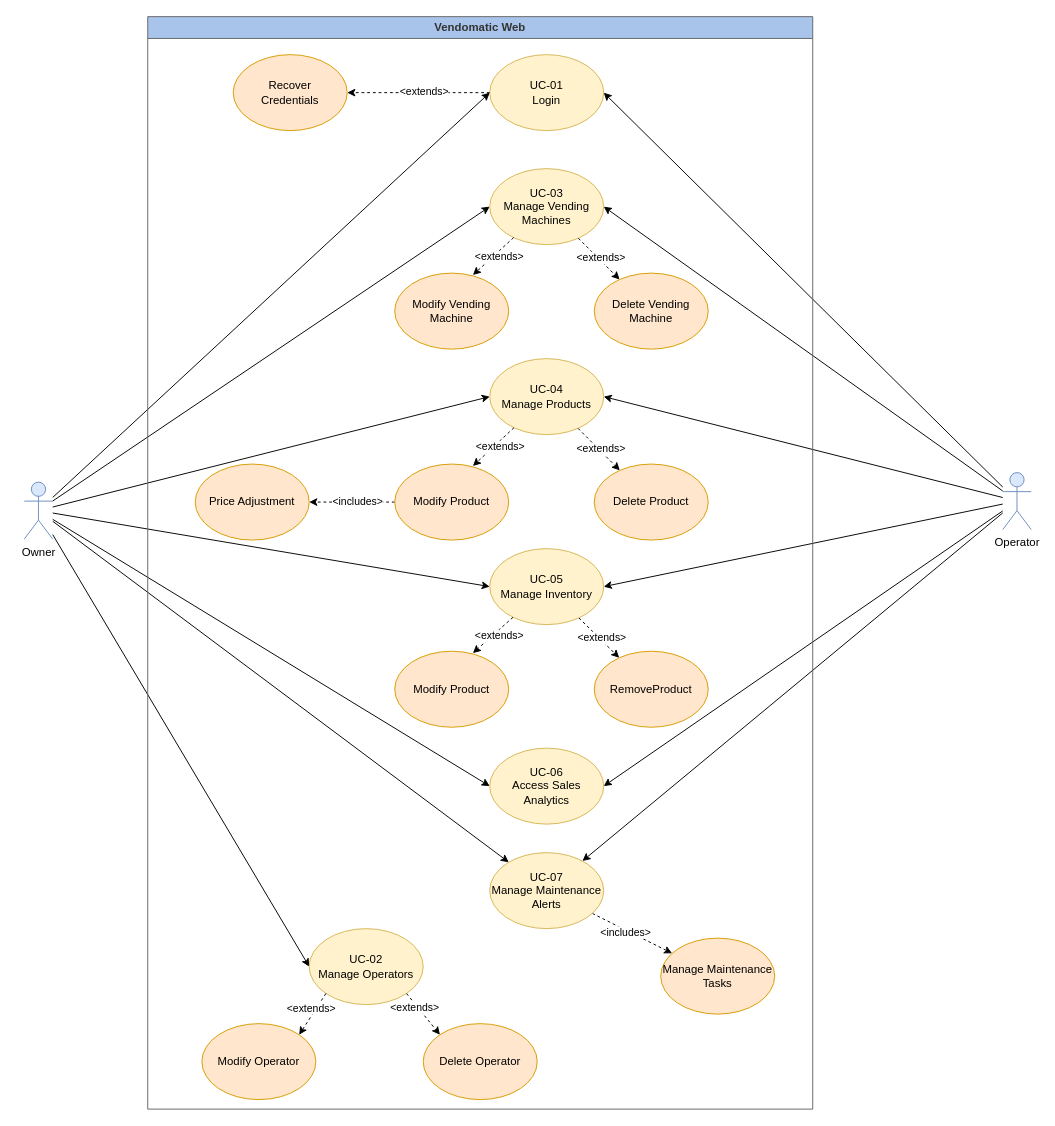
Earlier version of the draw.io diagram page "Web" (1 of 2) of docs/Requirements/Assets/vendomatic-use-case.drawio (tksozer/SM504-CodeBusters). Source tidied: cells renumbered, new cells numbered last; positions are measured from the earlier drawing's top-left corner, leaving out a move shared by most shapes. Both pictures are drawn from the tidied source at 95%, with x=0, y=0 at pixel (24, 16).
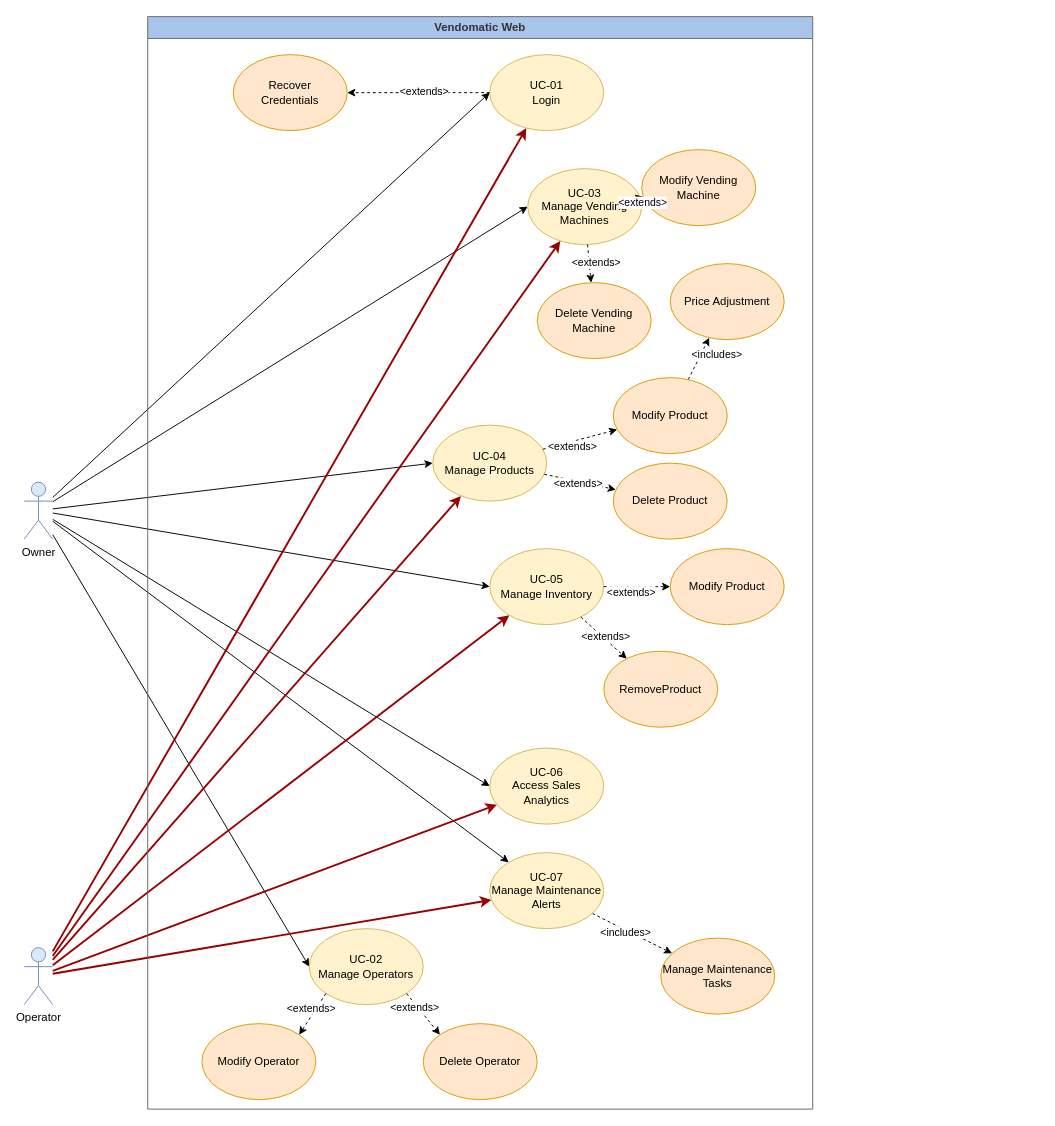
After the change.

Unchanged cells that the change refers to:
```xml
<mxCell id="17" value="Vendomatic Web" style="swimlane;whiteSpace=wrap;html=1;fillColor=#A9C4EB;fontColor=#333333;strokeColor=#666666;" parent="1" vertex="1">
  <mxGeometry x="130" width="700" height="1150" as="geometry" />
</mxCell>
<mxCell id="18" value="UC-01&lt;br&gt;Login" style="ellipse;whiteSpace=wrap;html=1;fillColor=#fff2cc;strokeColor=#d6b656;" parent="17" vertex="1">
  <mxGeometry x="360" y="40" width="120" height="80" as="geometry" />
</mxCell>
<mxCell id="24" value="UC-05&lt;br&gt;Manage Inventory" style="ellipse;whiteSpace=wrap;html=1;fillColor=#fff2cc;strokeColor=#d6b656;" parent="17" vertex="1">
  <mxGeometry x="360" y="560" width="120" height="80" as="geometry" />
</mxCell>
<mxCell id="25" value="UC-06&lt;br&gt;Access Sales Analytics" style="ellipse;whiteSpace=wrap;html=1;fillColor=#fff2cc;strokeColor=#d6b656;" parent="17" vertex="1">
  <mxGeometry x="360" y="770" width="120" height="80" as="geometry" />
</mxCell>
<mxCell id="56" value="UC-07&lt;br&gt;Manage Maintenance Alerts" style="ellipse;whiteSpace=wrap;html=1;fillColor=#fff2cc;strokeColor=#d6b656;" parent="17" vertex="1">
  <mxGeometry x="360" y="880" width="120" height="80" as="geometry" />
</mxCell>
```

The edit, as a diff of the source:
```diff
@@
-    <mxCell id="10" style="rounded=0;jettySize=auto;html=1;entryX=1;entryY=0.5;entryDx=0;entryDy=0;" parent="1" edge="1" source="16" target="18">
+    <mxCell id="10" style="rounded=0;jettySize=auto;html=1;strokeColor=#990000;strokeWidth=2;" parent="1" edge="1" source="16" target="18">
       <mxGeometry relative="1" as="geometry" />
     </mxCell>
-    <mxCell id="11" style="rounded=0;jettySize=auto;html=1;entryX=1;entryY=0.5;entryDx=0;entryDy=0;" parent="1" edge="1" source="16" target="20">
+    <mxCell id="11" style="rounded=0;jettySize=auto;html=1;strokeColor=#990000;strokeWidth=2;" parent="1" edge="1" source="16" target="20">
       <mxGeometry relative="1" as="geometry" />
     </mxCell>
-    <mxCell id="12" style="rounded=0;jettySize=auto;html=1;entryX=1;entryY=0.5;entryDx=0;entryDy=0;" parent="1" edge="1" source="16" target="23">
+    <mxCell id="12" style="rounded=0;jettySize=auto;html=1;strokeColor=#990000;strokeWidth=2;" parent="1" edge="1" source="16" target="23">
       <mxGeometry relative="1" as="geometry" />
     </mxCell>
-    <mxCell id="13" style="rounded=0;jettySize=auto;html=1;entryX=1;entryY=0.5;entryDx=0;entryDy=0;" parent="1" edge="1" source="16" target="24">
+    <mxCell id="13" style="rounded=0;jettySize=auto;html=1;strokeColor=#990000;strokeWidth=2;" parent="1" edge="1" source="16" target="24">
       <mxGeometry relative="1" as="geometry" />
     </mxCell>
-    <mxCell id="14" style="rounded=0;jettySize=auto;html=1;entryX=1;entryY=0.5;entryDx=0;entryDy=0;" parent="1" edge="1" source="16" target="25">
+    <mxCell id="14" style="rounded=0;jettySize=auto;html=1;strokeColor=#990000;strokeWidth=2;" parent="1" edge="1" source="16" target="25">
       <mxGeometry relative="1" as="geometry" />
     </mxCell>
-    <mxCell id="15" style="rounded=0;jettySize=auto;html=1;" parent="1" edge="1" source="16" target="56">
+    <mxCell id="15" style="rounded=0;jettySize=auto;html=1;strokeColor=#990000;strokeWidth=2;" parent="1" edge="1" source="16" target="56">
       <mxGeometry relative="1" as="geometry" />
     </mxCell>
     <mxCell id="16" value="Operator" style="shape=umlActor;verticalLabelPosition=bottom;verticalAlign=top;html=1;outlineConnect=0;fillColor=#dae8fc;strokeColor=#6c8ebf;" parent="1" vertex="1">
-      <mxGeometry x="1030" y="480" width="30" height="60" as="geometry" />
+      <mxGeometry y="980" width="30" height="60" as="geometry" />
     </mxCell>
@@
     <mxCell id="20" value="UC-03&lt;br&gt;Manage Vending Machines" style="ellipse;whiteSpace=wrap;html=1;fillColor=#fff2cc;strokeColor=#d6b656;" parent="17" vertex="1">
-      <mxGeometry x="360" y="160" width="120" height="80" as="geometry" />
+      <mxGeometry x="400" y="160" width="120" height="80" as="geometry" />
     </mxCell>
@@
     <mxCell id="23" value="UC-04&lt;br&gt;Manage Products" style="ellipse;whiteSpace=wrap;html=1;fillColor=#fff2cc;strokeColor=#d6b656;" parent="17" vertex="1">
-      <mxGeometry x="360" y="360" width="120" height="80" as="geometry" />
+      <mxGeometry x="300" y="430" width="120" height="80" as="geometry" />
     </mxCell>
@@
     <mxCell id="26" value="Price Adjustment" style="ellipse;whiteSpace=wrap;html=1;fillColor=#ffe6cc;strokeColor=#d79b00;" parent="17" vertex="1">
-      <mxGeometry x="50" y="471" width="120" height="80" as="geometry" />
+      <mxGeometry x="550" y="260" width="120" height="80" as="geometry" />
     </mxCell>
@@
     <mxCell id="36" value="Modify Vending Machine" style="ellipse;whiteSpace=wrap;html=1;fillColor=#ffe6cc;strokeColor=#d79b00;" parent="17" vertex="1">
-      <mxGeometry x="260" y="270" width="120" height="80" as="geometry" />
+      <mxGeometry x="520" y="140" width="120" height="80" as="geometry" />
     </mxCell>
     <mxCell id="37" value="Delete Vending Machine" style="ellipse;whiteSpace=wrap;html=1;fillColor=#ffe6cc;strokeColor=#d79b00;" parent="17" vertex="1">
-      <mxGeometry x="470" y="270" width="120" height="80" as="geometry" />
+      <mxGeometry x="410" y="280" width="120" height="80" as="geometry" />
     </mxCell>
-    <mxCell id="38" style="rounded=0;jettySize=auto;html=1;dashed=1;entryX=0.686;entryY=0.025;entryDx=0;entryDy=0;entryPerimeter=0;" parent="17" edge="1" source="20" target="36">
+    <mxCell id="38" style="rounded=0;jettySize=auto;html=1;dashed=1;" parent="17" edge="1" source="20" target="36">
       <mxGeometry relative="1" as="geometry" />
     </mxCell>
@@
     <mxCell id="42" value="Modify Product" style="ellipse;whiteSpace=wrap;html=1;fillColor=#ffe6cc;strokeColor=#d79b00;" parent="17" vertex="1">
-      <mxGeometry x="260" y="471" width="120" height="80" as="geometry" />
+      <mxGeometry x="490" y="380" width="120" height="80" as="geometry" />
     </mxCell>
     <mxCell id="43" value="Delete Product" style="ellipse;whiteSpace=wrap;html=1;fillColor=#ffe6cc;strokeColor=#d79b00;" parent="17" vertex="1">
-      <mxGeometry x="470" y="471" width="120" height="80" as="geometry" />
+      <mxGeometry x="490" y="470" width="120" height="80" as="geometry" />
     </mxCell>
-    <mxCell id="44" style="rounded=0;jettySize=auto;html=1;dashed=1;entryX=0.686;entryY=0.025;entryDx=0;entryDy=0;entryPerimeter=0;" parent="17" edge="1" source="23" target="42">
+    <mxCell id="44" style="rounded=0;jettySize=auto;html=1;dashed=1;" parent="17" edge="1" source="23" target="42">
       <mxGeometry relative="1" as="geometry" />
     </mxCell>
@@
     <mxCell id="48" value="Modify Product" style="ellipse;whiteSpace=wrap;html=1;fillColor=#ffe6cc;strokeColor=#d79b00;" parent="17" vertex="1">
-      <mxGeometry x="260" y="668" width="120" height="80" as="geometry" />
+      <mxGeometry x="550" y="560" width="120" height="80" as="geometry" />
     </mxCell>
     <mxCell id="49" value="RemoveProduct" style="ellipse;whiteSpace=wrap;html=1;fillColor=#ffe6cc;strokeColor=#d79b00;" parent="17" vertex="1">
-      <mxGeometry x="470" y="668" width="120" height="80" as="geometry" />
+      <mxGeometry x="480" y="668" width="120" height="80" as="geometry" />
     </mxCell>
-    <mxCell id="50" style="rounded=0;jettySize=auto;html=1;dashed=1;entryX=0.686;entryY=0.025;entryDx=0;entryDy=0;entryPerimeter=0;" parent="17" edge="1" source="24" target="48">
+    <mxCell id="50" style="rounded=0;jettySize=auto;html=1;dashed=1;" parent="17" edge="1" source="24" target="48">
       <mxGeometry relative="1" as="geometry" />
     </mxCell>
```
